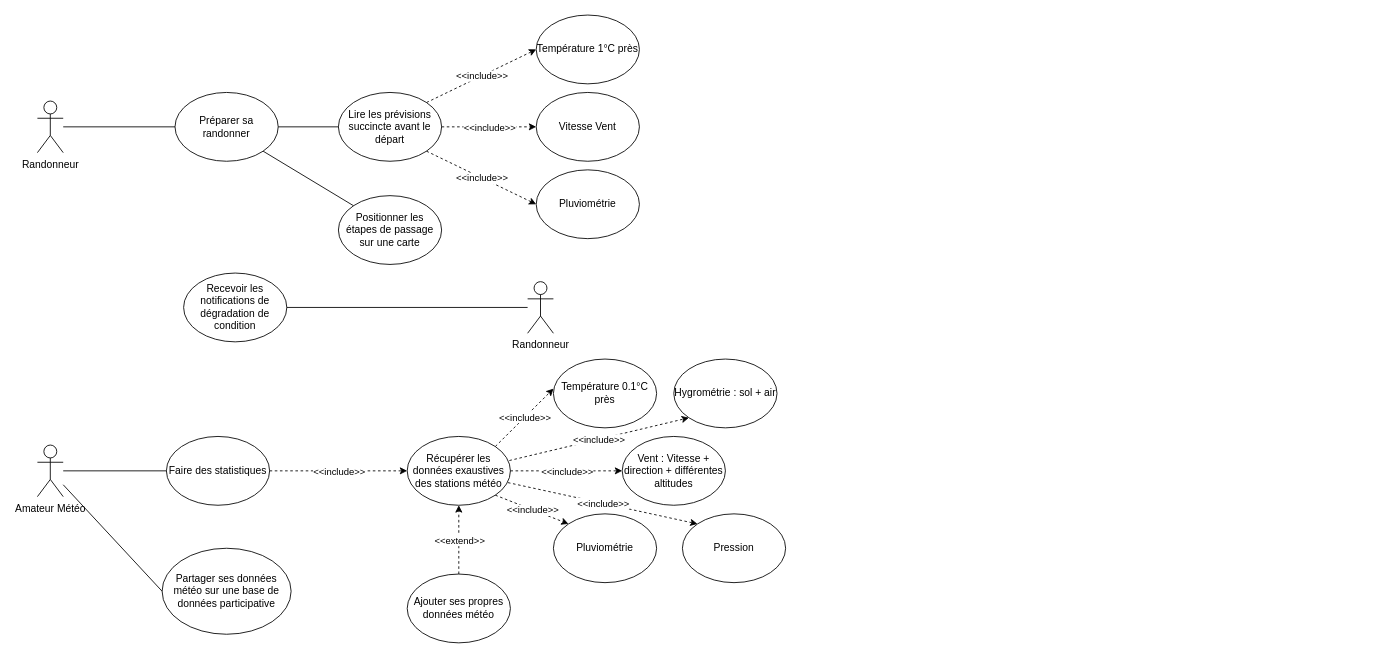
Above: Projet_journalie_Meteo.drawio in QuentinFROMENTE/POEC-Java-JEE---Analyse-de-besoin---Drawio (draw.io), before the change. Source tidied: cells renumbered, new cells numbered last; positions are measured from the earlier drawing's top-left corner, leaving out a move shared by most shapes. Both pictures are drawn from the tidied source at 86%, with x=0, y=0 at pixel (37, 15).
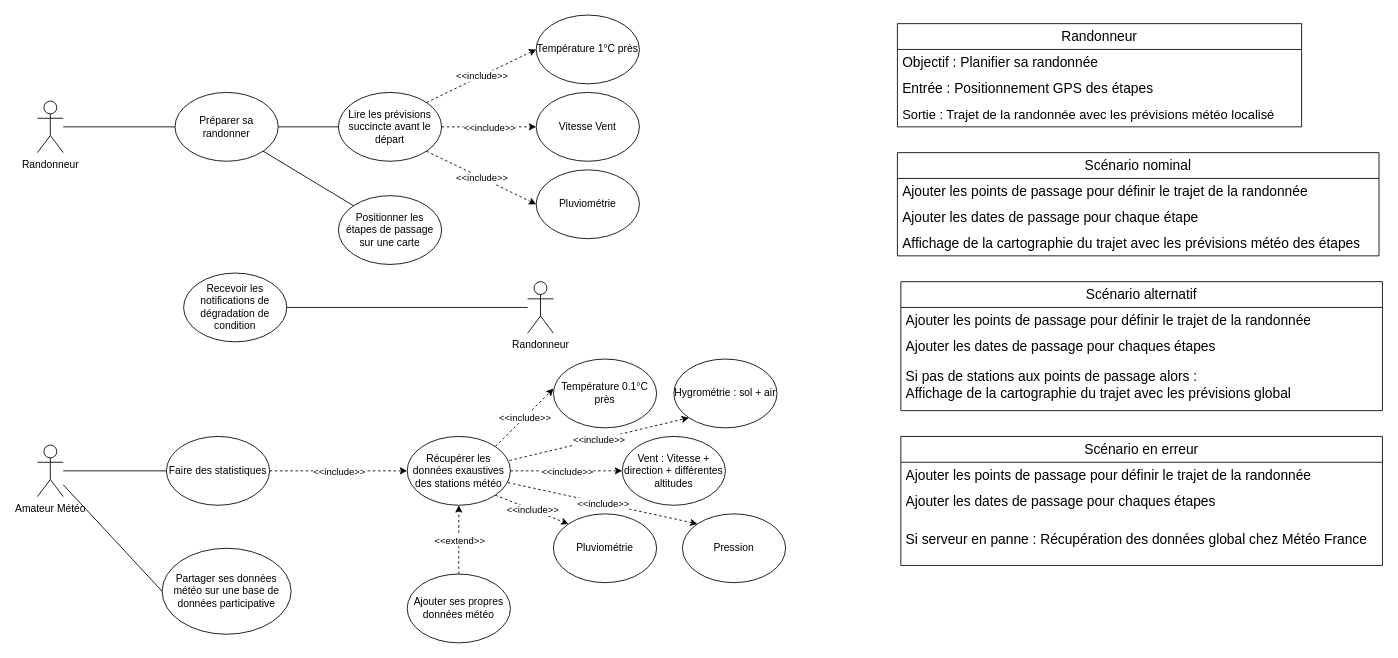
The same diagram, later.

Commit message:
Ajout du scénario randonneur sur la Meteo

Diff of the diagram source:
```diff
@@
+    <mxCell id="47" value="&lt;font style=&quot;font-size: 16px;&quot;&gt;Randonneur&lt;/font&gt;" style="swimlane;fontStyle=0;horizontal=1;startSize=30;whiteSpace=wrap;html=1;" parent="1" vertex="1">
+      <mxGeometry x="1000" y="10" width="470" height="120" as="geometry" />
+    </mxCell>
+    <mxCell id="48" value="&lt;font style=&quot;font-size: 16px;&quot;&gt;Objectif : Planifier sa randonnée&lt;/font&gt;" style="text;strokeColor=none;fillColor=none;align=left;verticalAlign=middle;spacingLeft=4;spacingRight=4;overflow=hidden;whiteSpace=wrap;html=1;" parent="47" vertex="1">
+      <mxGeometry y="30" width="470" height="30" as="geometry" />
+    </mxCell>
+    <mxCell id="49" value="&lt;font style=&quot;font-size: 16px;&quot;&gt;Entrée : Positionnement GPS des étapes&lt;/font&gt;" style="text;strokeColor=none;fillColor=none;align=left;verticalAlign=middle;spacingLeft=4;spacingRight=4;overflow=hidden;whiteSpace=wrap;html=1;" parent="47" vertex="1">
+      <mxGeometry y="60" width="470" height="30" as="geometry" />
+    </mxCell>
+    <mxCell id="50" value="&lt;font style=&quot;font-size: 15px;&quot;&gt;Sortie : Trajet de la randonnée avec les prévisions météo localisé&lt;/font&gt;" style="text;strokeColor=none;fillColor=none;align=left;verticalAlign=middle;spacingLeft=4;spacingRight=4;overflow=hidden;whiteSpace=wrap;html=1;" parent="47" vertex="1">
+      <mxGeometry y="90" width="470" height="30" as="geometry" />
+    </mxCell>
+    <mxCell id="51" value="&lt;font style=&quot;font-size: 16px;&quot;&gt;Scénario nominal&lt;/font&gt;" style="swimlane;fontStyle=0;horizontal=1;startSize=30;whiteSpace=wrap;html=1;" parent="1" vertex="1">
+      <mxGeometry x="1000" y="160" width="560" height="120" as="geometry" />
+    </mxCell>
+    <mxCell id="52" value="&lt;font style=&quot;font-size: 16px;&quot;&gt;Ajouter les points de passage pour définir le trajet de la randonnée&lt;/font&gt;" style="text;strokeColor=none;fillColor=none;align=left;verticalAlign=middle;spacingLeft=4;spacingRight=4;overflow=hidden;whiteSpace=wrap;html=1;" parent="51" vertex="1">
+      <mxGeometry y="30" width="560" height="30" as="geometry" />
+    </mxCell>
+    <mxCell id="53" value="&lt;font style=&quot;font-size: 16px;&quot;&gt;Ajouter les dates de passage pour chaque étape&lt;/font&gt;" style="text;strokeColor=none;fillColor=none;align=left;verticalAlign=middle;spacingLeft=4;spacingRight=4;overflow=hidden;whiteSpace=wrap;html=1;" parent="51" vertex="1">
+      <mxGeometry y="60" width="560" height="30" as="geometry" />
+    </mxCell>
+    <mxCell id="54" value="&lt;font style=&quot;font-size: 16px;&quot;&gt;Affichage de la cartographie du trajet avec les prévisions météo des étapes&lt;/font&gt;" style="text;strokeColor=none;fillColor=none;align=left;verticalAlign=middle;spacingLeft=4;spacingRight=4;overflow=hidden;whiteSpace=wrap;html=1;" parent="51" vertex="1">
+      <mxGeometry y="90" width="560" height="30" as="geometry" />
+    </mxCell>
+    <mxCell id="55" value="&lt;font style=&quot;font-size: 16px;&quot;&gt;Scénario alternatif&lt;br&gt;&lt;/font&gt;" style="swimlane;fontStyle=0;horizontal=1;startSize=30;whiteSpace=wrap;html=1;" parent="1" vertex="1">
+      <mxGeometry x="1004" y="310" width="560" height="150" as="geometry" />
+    </mxCell>
+    <mxCell id="56" value="&lt;font style=&quot;font-size: 16px;&quot;&gt;Ajouter les points de passage pour définir le trajet de la randonnée&lt;/font&gt;" style="text;strokeColor=none;fillColor=none;align=left;verticalAlign=middle;spacingLeft=4;spacingRight=4;overflow=hidden;whiteSpace=wrap;html=1;" parent="55" vertex="1">
+      <mxGeometry y="30" width="560" height="30" as="geometry" />
+    </mxCell>
+    <mxCell id="57" value="&lt;font style=&quot;font-size: 16px;&quot;&gt;Ajouter les dates de passage pour chaques étapes&lt;/font&gt;" style="text;strokeColor=none;fillColor=none;align=left;verticalAlign=middle;spacingLeft=4;spacingRight=4;overflow=hidden;whiteSpace=wrap;html=1;" parent="55" vertex="1">
+      <mxGeometry y="60" width="560" height="30" as="geometry" />
+    </mxCell>
+    <mxCell id="58" value="&lt;font style=&quot;font-size: 16px;&quot;&gt;Si pas de stations aux points de passage alors :&lt;br&gt;Affichage de la cartographie du trajet avec les prévisions global&lt;/font&gt;" style="text;strokeColor=none;fillColor=none;align=left;verticalAlign=middle;spacingLeft=4;spacingRight=4;overflow=hidden;whiteSpace=wrap;html=1;" parent="55" vertex="1">
+      <mxGeometry y="90" width="560" height="60" as="geometry" />
+    </mxCell>
+    <mxCell id="59" value="&lt;font style=&quot;font-size: 16px;&quot;&gt;Scénario en erreur&lt;br&gt;&lt;/font&gt;" style="swimlane;fontStyle=0;horizontal=1;startSize=30;whiteSpace=wrap;html=1;" parent="1" vertex="1">
+      <mxGeometry x="1004" y="490" width="560" height="150" as="geometry" />
+    </mxCell>
+    <mxCell id="60" value="&lt;font style=&quot;font-size: 16px;&quot;&gt;Ajouter les points de passage pour définir le trajet de la randonnée&lt;/font&gt;" style="text;strokeColor=none;fillColor=none;align=left;verticalAlign=middle;spacingLeft=4;spacingRight=4;overflow=hidden;whiteSpace=wrap;html=1;" parent="59" vertex="1">
+      <mxGeometry y="30" width="560" height="30" as="geometry" />
+    </mxCell>
+    <mxCell id="61" value="&lt;font style=&quot;font-size: 16px;&quot;&gt;Ajouter les dates de passage pour chaques étapes&lt;/font&gt;" style="text;strokeColor=none;fillColor=none;align=left;verticalAlign=middle;spacingLeft=4;spacingRight=4;overflow=hidden;whiteSpace=wrap;html=1;" parent="59" vertex="1">
+      <mxGeometry y="60" width="560" height="30" as="geometry" />
+    </mxCell>
+    <mxCell id="62" value="&lt;font style=&quot;font-size: 16px;&quot;&gt;Si serveur en panne : Récupération des données global chez Météo France&lt;/font&gt;" style="text;strokeColor=none;fillColor=none;align=left;verticalAlign=middle;spacingLeft=4;spacingRight=4;overflow=hidden;whiteSpace=wrap;html=1;" parent="59" vertex="1">
+      <mxGeometry y="90" width="560" height="60" as="geometry" />
+    </mxCell>
```
